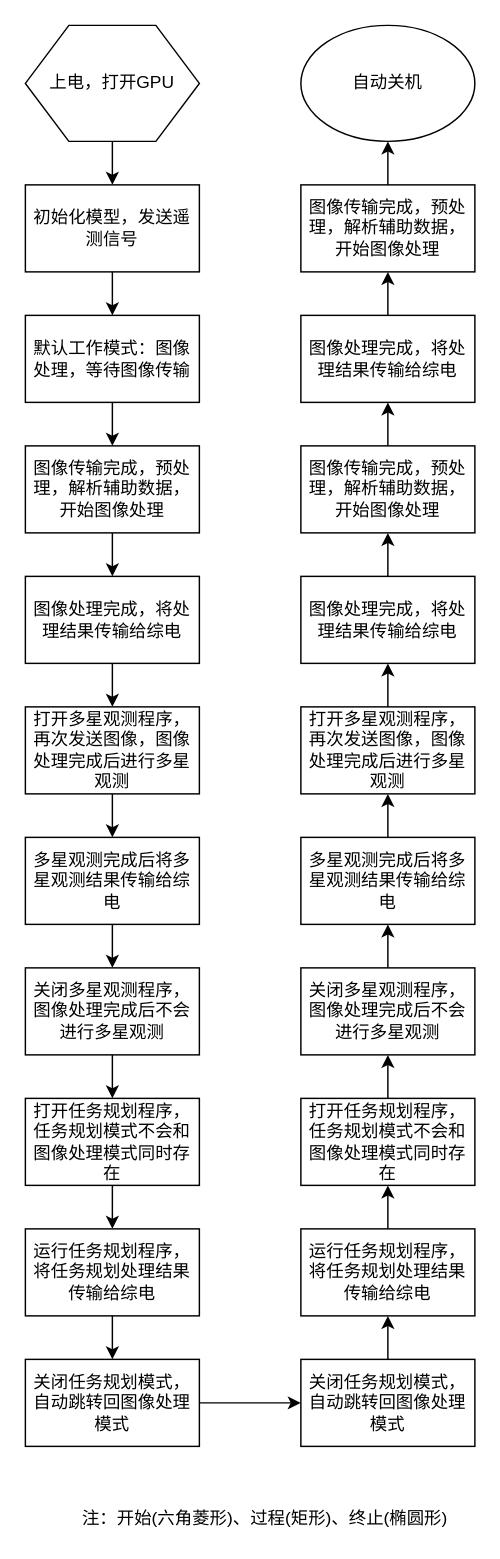
This is 图像处理软件概要设计.drawio from hhwjsw711/image_process, a draw.io file, before an edit. Source tidied: cells renumbered, new cells numbered last; positions are measured from the earlier drawing's top-left corner, leaving out a move shared by most shapes. Both pictures are drawn from the tidied source at 145%, with x=0, y=0 at pixel (25, 25).
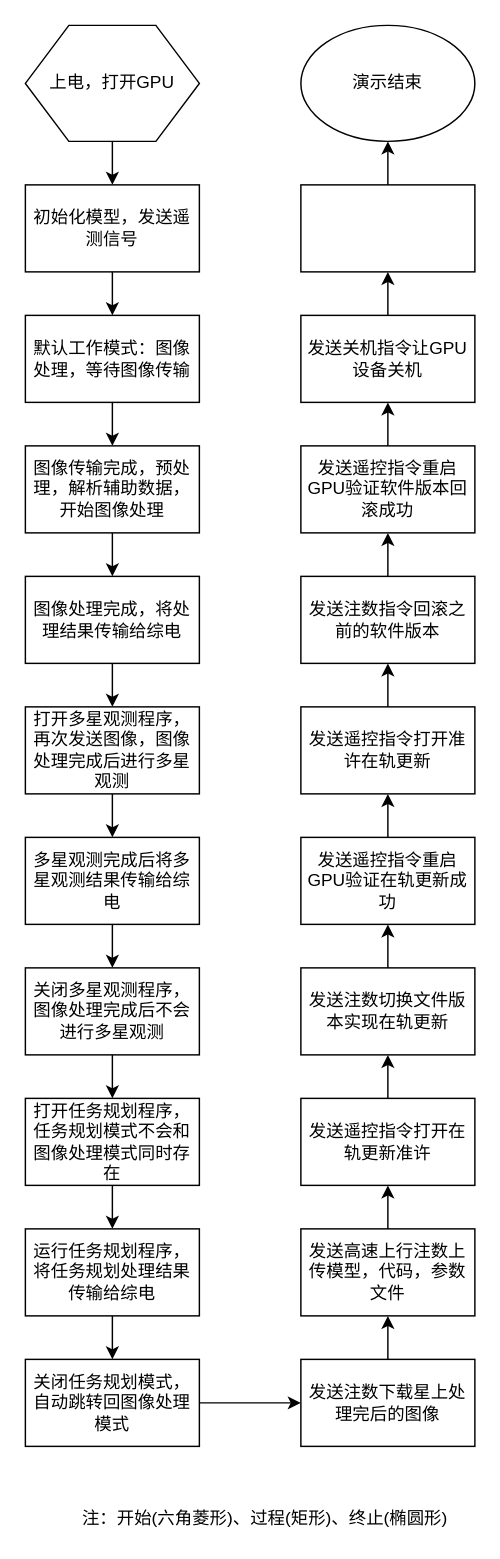
The same diagram, later.

Commit message (it also covers changes not shown here):
更新图像处理软件概要设计.drawio

Change to the diagram source:
```diff
@@
-    <mxCell id="17" value="自动关机" style="ellipse;whiteSpace=wrap;html=1;shadow=0;strokeWidth=1;" parent="1" vertex="1">
+    <mxCell id="17" value="演示结束" style="ellipse;whiteSpace=wrap;html=1;shadow=0;strokeWidth=1;" parent="1" vertex="1">
       <mxGeometry x="190" width="120" height="80" as="geometry" />
     </mxCell>
@@
-    <mxCell id="27" value="图像传输完成，预处理，解析辅助数据，开始图像处理" style="rounded=0;whiteSpace=wrap;html=1;shadow=0;strokeWidth=1;" parent="1" vertex="1">
+    <mxCell id="27" value="发送遥控指令重启GPU验证软件版本回滚成功" style="rounded=0;whiteSpace=wrap;html=1;shadow=0;strokeWidth=1;" parent="1" vertex="1">
       <mxGeometry x="190" y="290" width="120" height="60" as="geometry" />
     </mxCell>
@@
-    <mxCell id="29" value="打开多星观测程序，再次发送图像，图像处理完成后进行多星观测" style="rounded=0;whiteSpace=wrap;html=1;shadow=0;strokeWidth=1;" parent="1" vertex="1">
+    <mxCell id="29" value="发送遥控指令打开准许在轨更新" style="rounded=0;whiteSpace=wrap;html=1;shadow=0;strokeWidth=1;" parent="1" vertex="1">
       <mxGeometry x="190" y="470" width="120" height="60" as="geometry" />
     </mxCell>
@@
-    <mxCell id="31" value="图像处理完成，将处理结果传输给综电" style="rounded=0;whiteSpace=wrap;html=1;shadow=0;strokeWidth=1;" parent="1" vertex="1">
+    <mxCell id="31" value="发送注数指令回滚之前的软件版本" style="rounded=0;whiteSpace=wrap;html=1;shadow=0;strokeWidth=1;" parent="1" vertex="1">
       <mxGeometry x="190" y="380" width="120" height="60" as="geometry" />
     </mxCell>
@@
-    <mxCell id="33" value="多星观测完成后将多星观测结果传输给综电" style="rounded=0;whiteSpace=wrap;html=1;shadow=0;strokeWidth=1;" parent="1" vertex="1">
+    <mxCell id="33" value="发送遥控指令重启GPU验证在轨更新成功" style="rounded=0;whiteSpace=wrap;html=1;shadow=0;strokeWidth=1;" parent="1" vertex="1">
       <mxGeometry x="190" y="560" width="120" height="60" as="geometry" />
     </mxCell>
@@
-    <mxCell id="35" value="关闭多星观测程序，图像处理完成后不会进行多星观测" style="rounded=0;whiteSpace=wrap;html=1;shadow=0;strokeWidth=1;" parent="1" vertex="1">
+    <mxCell id="35" value="发送注数切换文件版本实现在轨更新" style="rounded=0;whiteSpace=wrap;html=1;shadow=0;strokeWidth=1;" parent="1" vertex="1">
       <mxGeometry x="190" y="650" width="120" height="60" as="geometry" />
     </mxCell>
@@
-    <mxCell id="37" value="打开任务规划程序，任务规划模式不会和图像处理模式同时存在" style="rounded=0;whiteSpace=wrap;html=1;shadow=0;strokeWidth=1;" parent="1" vertex="1">
+    <mxCell id="37" value="发送遥控指令打开在轨更新准许" style="rounded=0;whiteSpace=wrap;html=1;shadow=0;strokeWidth=1;" parent="1" vertex="1">
       <mxGeometry x="190" y="740" width="120" height="60" as="geometry" />
     </mxCell>
@@
-    <mxCell id="39" value="运行任务规划程序，将任务规划处理结果传输给综电" style="rounded=0;whiteSpace=wrap;html=1;shadow=0;strokeWidth=1;" parent="1" vertex="1">
+    <mxCell id="39" value="发送高速上行注数上传模型，代码，参数文件" style="rounded=0;whiteSpace=wrap;html=1;shadow=0;strokeWidth=1;" parent="1" vertex="1">
       <mxGeometry x="190" y="830" width="120" height="60" as="geometry" />
     </mxCell>
@@
-    <mxCell id="41" value="关闭任务规划模式，自动跳转回图像处理模式" style="rounded=0;whiteSpace=wrap;html=1;shadow=0;strokeWidth=1;" parent="1" vertex="1">
+    <mxCell id="41" value="发送注数下载星上处理完后的图像" style="rounded=0;whiteSpace=wrap;html=1;shadow=0;strokeWidth=1;" parent="1" vertex="1">
       <mxGeometry x="190" y="920" width="120" height="60" as="geometry" />
     </mxCell>
@@
-    <mxCell id="43" value="图像传输完成，预处理，解析辅助数据，开始图像处理" style="rounded=0;whiteSpace=wrap;html=1;shadow=0;strokeWidth=1;" parent="1" vertex="1">
+    <mxCell id="43" style="rounded=0;whiteSpace=wrap;html=1;shadow=0;strokeWidth=1;" parent="1" vertex="1">
       <mxGeometry x="190" y="110" width="120" height="60" as="geometry" />
     </mxCell>
@@
-    <mxCell id="45" value="图像处理完成，将处理结果传输给综电" style="rounded=0;whiteSpace=wrap;html=1;shadow=0;strokeWidth=1;" parent="1" vertex="1">
+    <mxCell id="45" value="发送关机指令让GPU设备关机" style="rounded=0;whiteSpace=wrap;html=1;shadow=0;strokeWidth=1;" parent="1" vertex="1">
       <mxGeometry x="190" y="200" width="120" height="60" as="geometry" />
     </mxCell>
```
